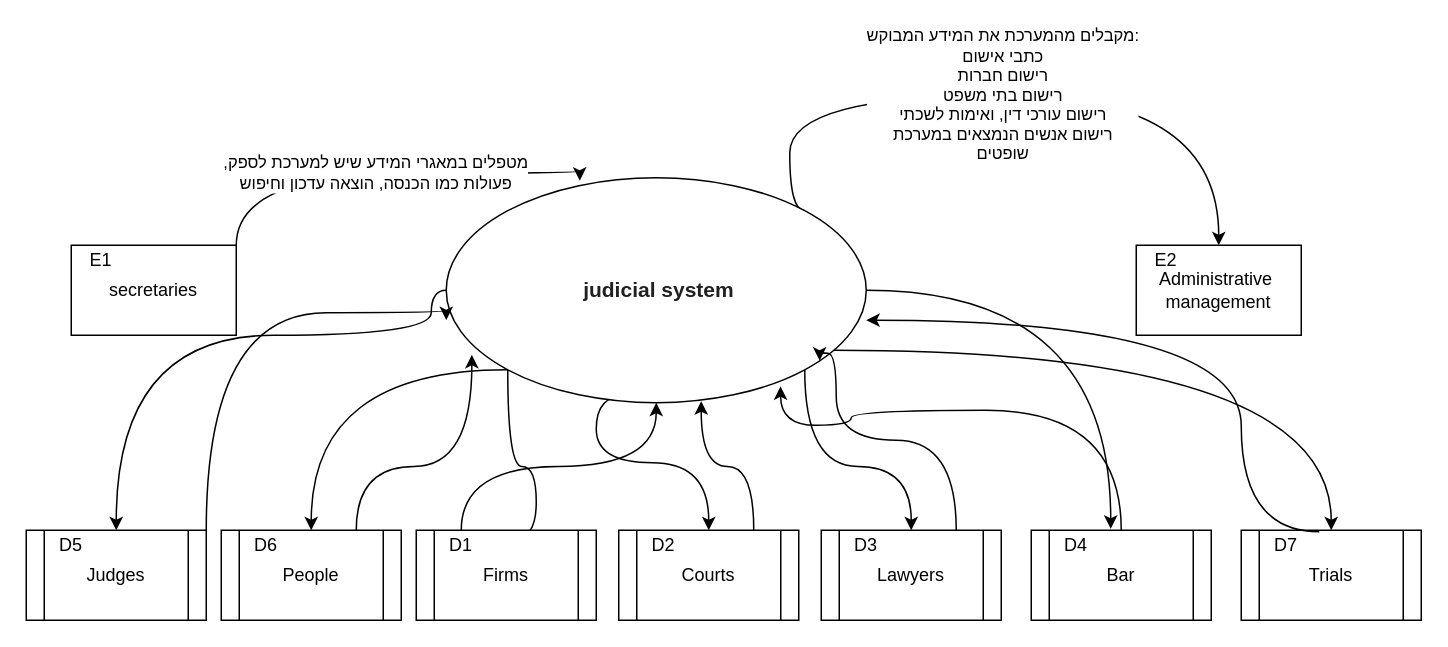
This is ContextualDFD.drawio from romhayh/law-and-order, a draw.io file, before an edit. Source tidied: cells renumbered, new cells numbered last; positions are measured from the earlier drawing's top-left corner, leaving out a move shared by most shapes. Both pictures are drawn from the tidied source at 150%, with x=0, y=0 at pixel (26, 94).
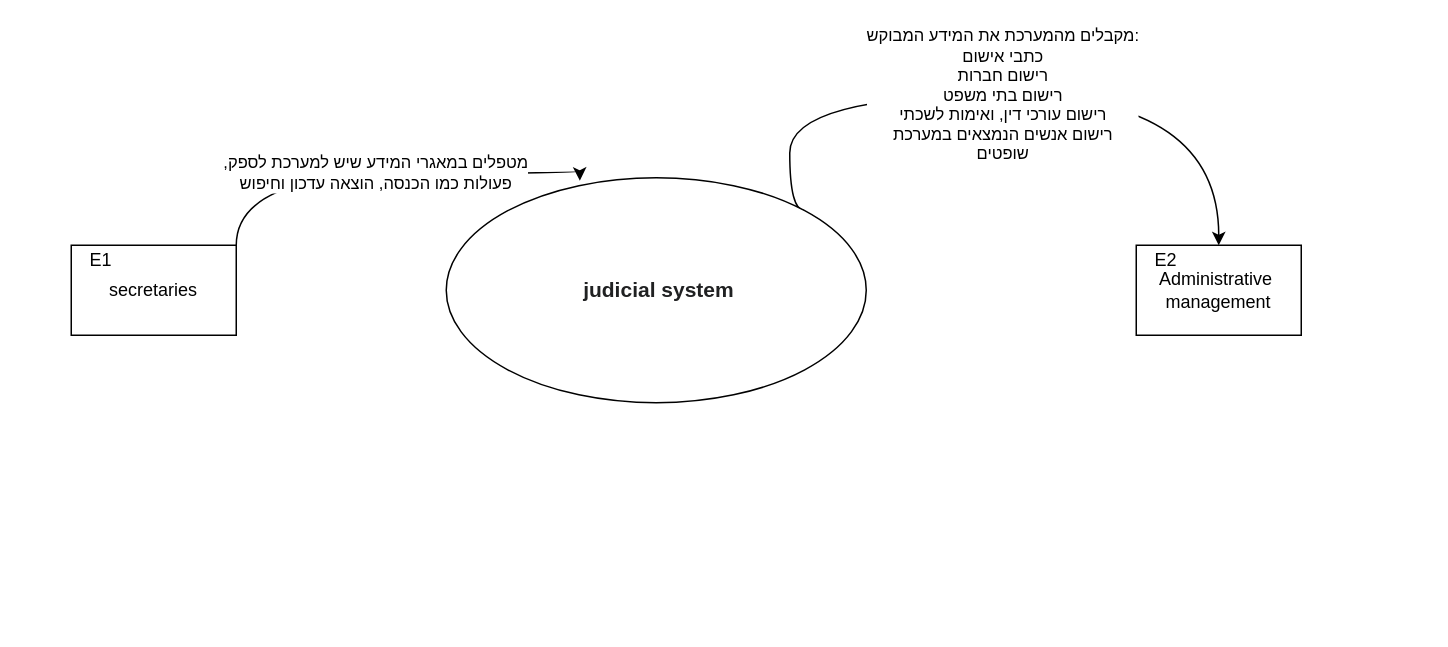
The same page after the edit.

The change refers to these unchanged cells:
```xml
<mxCell id="10" value="&#10;&#10;&lt;span style=&quot;color: rgb(32, 33, 34); font-family: sans-serif; font-size: 14px; font-style: normal; font-weight: 400; letter-spacing: normal; text-indent: 0px; text-transform: none; word-spacing: 0px; background-color: rgb(255, 255, 255); display: inline; float: none;&quot;&gt;&lt;span&gt;&amp;nbsp;&lt;/span&gt;&lt;/span&gt;&lt;b style=&quot;color: rgb(32, 33, 34); font-family: sans-serif; font-size: 14px; font-style: normal; letter-spacing: normal; text-indent: 0px; text-transform: none; word-spacing: 0px; background-color: rgb(255, 255, 255);&quot;&gt;judicial system&lt;/b&gt;&#10;&#10;" style="ellipse;whiteSpace=wrap;html=1;" parent="1" vertex="1">
  <mxGeometry x="280" y="55" width="280" height="150" as="geometry" />
</mxCell>
```

What changed in the source:
```diff
@@
-    <mxCell id="3" style="edgeStyle=orthogonalEdgeStyle;curved=1;rounded=0;jettySize=auto;html=1;exitX=0;exitY=0.5;exitDx=0;exitDy=0;entryX=0.5;entryY=0;entryDx=0;entryDy=0;" parent="1" edge="1" source="10" target="29">
-      <mxGeometry relative="1" as="geometry">
-        <Array as="points">
-          <mxPoint x="270" y="160" />
-          <mxPoint x="60" y="160" />
-        </Array>
-      </mxGeometry>
-    </mxCell>
-    <mxCell id="4" style="edgeStyle=orthogonalEdgeStyle;curved=1;rounded=0;jettySize=auto;html=1;exitX=0;exitY=1;exitDx=0;exitDy=0;entryX=1;entryY=0;entryDx=0;entryDy=0;" parent="1" edge="1" source="10" target="36">
-      <mxGeometry relative="1" as="geometry" />
-    </mxCell>
-    <mxCell id="5" style="edgeStyle=orthogonalEdgeStyle;curved=1;rounded=0;jettySize=auto;html=1;exitX=0;exitY=1;exitDx=0;exitDy=0;entryX=1;entryY=0.25;entryDx=0;entryDy=0;" parent="1" edge="1" source="10" target="18">
-      <mxGeometry relative="1" as="geometry" />
-    </mxCell>
-    <mxCell id="6" style="edgeStyle=orthogonalEdgeStyle;curved=1;rounded=0;jettySize=auto;html=1;exitX=0.5;exitY=1;exitDx=0;exitDy=0;entryX=1;entryY=0;entryDx=0;entryDy=0;" parent="1" edge="1" source="10" target="21">
-      <mxGeometry relative="1" as="geometry">
-        <Array as="points">
-          <mxPoint x="380" y="200" />
-          <mxPoint x="380" y="245" />
-          <mxPoint x="455" y="245" />
-        </Array>
-      </mxGeometry>
-    </mxCell>
-    <mxCell id="7" style="edgeStyle=orthogonalEdgeStyle;curved=1;rounded=0;jettySize=auto;html=1;exitX=1;exitY=1;exitDx=0;exitDy=0;entryX=1;entryY=0;entryDx=0;entryDy=0;" parent="1" edge="1" source="10" target="24">
-      <mxGeometry relative="1" as="geometry" />
-    </mxCell>
-    <mxCell id="8" style="edgeStyle=orthogonalEdgeStyle;curved=1;rounded=0;jettySize=auto;html=1;entryX=0.883;entryY=-0.05;entryDx=0;entryDy=0;entryPerimeter=0;" parent="1" edge="1" source="10" target="27">
-      <mxGeometry relative="1" as="geometry" />
-    </mxCell>
-    <mxCell id="9" style="edgeStyle=orthogonalEdgeStyle;curved=1;rounded=0;jettySize=auto;html=1;" parent="1" edge="1" source="10" target="31">
-      <mxGeometry relative="1" as="geometry">
-        <Array as="points">
-          <mxPoint x="870" y="170" />
-        </Array>
-      </mxGeometry>
-    </mxCell>
@@
-    <mxCell id="16" value="Firms" style="shape=process;whiteSpace=wrap;html=1;backgroundOutline=1;" parent="1" vertex="1">
-      <mxGeometry x="260" y="290" width="120" height="60" as="geometry" />
-    </mxCell>
-    <mxCell id="17" style="edgeStyle=orthogonalEdgeStyle;curved=1;rounded=0;jettySize=auto;html=1;" parent="1" edge="1" source="18" target="10">
-      <mxGeometry relative="1" as="geometry" />
-    </mxCell>
-    <mxCell id="18" value="D1" style="text;html=1;strokeColor=none;fillColor=none;align=center;verticalAlign=middle;whiteSpace=wrap;rounded=0;" parent="1" vertex="1">
-      <mxGeometry x="260" y="290" width="60" height="20" as="geometry" />
-    </mxCell>
-    <mxCell id="19" style="edgeStyle=orthogonalEdgeStyle;curved=1;rounded=0;jettySize=auto;html=1;exitX=0.75;exitY=0;exitDx=0;exitDy=0;entryX=0.607;entryY=0.993;entryDx=0;entryDy=0;entryPerimeter=0;" parent="1" edge="1" source="20" target="10">
-      <mxGeometry relative="1" as="geometry" />
-    </mxCell>
-    <mxCell id="20" value="Courts" style="shape=process;whiteSpace=wrap;html=1;backgroundOutline=1;" parent="1" vertex="1">
-      <mxGeometry x="395" y="290" width="120" height="60" as="geometry" />
-    </mxCell>
-    <mxCell id="21" value="D2" style="text;html=1;strokeColor=none;fillColor=none;align=center;verticalAlign=middle;whiteSpace=wrap;rounded=0;" parent="1" vertex="1">
-      <mxGeometry x="395" y="290" width="60" height="20" as="geometry" />
-    </mxCell>
-    <mxCell id="22" style="edgeStyle=orthogonalEdgeStyle;curved=1;rounded=0;jettySize=auto;html=1;exitX=0.75;exitY=0;exitDx=0;exitDy=0;entryX=0.889;entryY=0.813;entryDx=0;entryDy=0;entryPerimeter=0;" parent="1" edge="1" source="23" target="10">
-      <mxGeometry relative="1" as="geometry">
-        <Array as="points">
-          <mxPoint x="620" y="230" />
-          <mxPoint x="540" y="230" />
-          <mxPoint x="540" y="172" />
-        </Array>
-      </mxGeometry>
-    </mxCell>
-    <mxCell id="23" value="Lawyers" style="shape=process;whiteSpace=wrap;html=1;backgroundOutline=1;" parent="1" vertex="1">
-      <mxGeometry x="530" y="290" width="120" height="60" as="geometry" />
-    </mxCell>
-    <mxCell id="24" value="D3" style="text;html=1;strokeColor=none;fillColor=none;align=center;verticalAlign=middle;whiteSpace=wrap;rounded=0;" parent="1" vertex="1">
-      <mxGeometry x="530" y="290" width="60" height="20" as="geometry" />
-    </mxCell>
-    <mxCell id="25" style="edgeStyle=orthogonalEdgeStyle;curved=1;rounded=0;jettySize=auto;html=1;entryX=0.796;entryY=0.927;entryDx=0;entryDy=0;entryPerimeter=0;" parent="1" edge="1" source="26" target="10">
-      <mxGeometry relative="1" as="geometry">
-        <Array as="points">
-          <mxPoint x="730" y="210" />
-          <mxPoint x="550" y="210" />
-          <mxPoint x="550" y="220" />
-          <mxPoint x="503" y="220" />
-        </Array>
-      </mxGeometry>
-    </mxCell>
-    <mxCell id="26" value="Bar" style="shape=process;whiteSpace=wrap;html=1;backgroundOutline=1;" parent="1" vertex="1">
-      <mxGeometry x="670" y="290" width="120" height="60" as="geometry" />
-    </mxCell>
-    <mxCell id="27" value="D4" style="text;html=1;strokeColor=none;fillColor=none;align=center;verticalAlign=middle;whiteSpace=wrap;rounded=0;" parent="1" vertex="1">
-      <mxGeometry x="670" y="290" width="60" height="20" as="geometry" />
-    </mxCell>
-    <mxCell id="28" style="edgeStyle=orthogonalEdgeStyle;curved=1;rounded=0;jettySize=auto;html=1;entryX=0;entryY=0.633;entryDx=0;entryDy=0;entryPerimeter=0;" parent="1" edge="1" source="29" target="10">
-      <mxGeometry relative="1" as="geometry">
-        <Array as="points">
-          <mxPoint x="120" y="145" />
-        </Array>
-      </mxGeometry>
-    </mxCell>
-    <mxCell id="29" value="Judges" style="shape=process;whiteSpace=wrap;html=1;backgroundOutline=1;" parent="1" vertex="1">
-      <mxGeometry y="290" width="120" height="60" as="geometry" />
-    </mxCell>
-    <mxCell id="30" value="D5" style="text;html=1;strokeColor=none;fillColor=none;align=center;verticalAlign=middle;whiteSpace=wrap;rounded=0;" parent="1" vertex="1">
-      <mxGeometry y="290" width="60" height="20" as="geometry" />
-    </mxCell>
-    <mxCell id="31" value="Trials" style="shape=process;whiteSpace=wrap;html=1;backgroundOutline=1;" parent="1" vertex="1">
-      <mxGeometry x="810" y="290" width="120" height="60" as="geometry" />
-    </mxCell>
-    <mxCell id="32" style="edgeStyle=orthogonalEdgeStyle;curved=1;rounded=0;jettySize=auto;html=1;entryX=1;entryY=0.633;entryDx=0;entryDy=0;entryPerimeter=0;exitX=0.867;exitY=0.05;exitDx=0;exitDy=0;exitPerimeter=0;" parent="1" edge="1" source="33" target="10">
-      <mxGeometry relative="1" as="geometry">
-        <Array as="points">
-          <mxPoint x="810" y="291" />
-          <mxPoint x="810" y="150" />
-        </Array>
-      </mxGeometry>
-    </mxCell>
-    <mxCell id="33" value="D7" style="text;html=1;strokeColor=none;fillColor=none;align=center;verticalAlign=middle;whiteSpace=wrap;rounded=0;" parent="1" vertex="1">
-      <mxGeometry x="810" y="290" width="60" height="20" as="geometry" />
-    </mxCell>
-    <mxCell id="34" style="edgeStyle=orthogonalEdgeStyle;curved=1;rounded=0;jettySize=auto;html=1;exitX=0.75;exitY=0;exitDx=0;exitDy=0;entryX=0.061;entryY=0.787;entryDx=0;entryDy=0;entryPerimeter=0;" parent="1" edge="1" source="35" target="10">
-      <mxGeometry relative="1" as="geometry" />
-    </mxCell>
-    <mxCell id="35" value="People" style="shape=process;whiteSpace=wrap;html=1;backgroundOutline=1;" parent="1" vertex="1">
-      <mxGeometry x="130" y="290" width="120" height="60" as="geometry" />
-    </mxCell>
-    <mxCell id="36" value="D6" style="text;html=1;strokeColor=none;fillColor=none;align=center;verticalAlign=middle;whiteSpace=wrap;rounded=0;" parent="1" vertex="1">
-      <mxGeometry x="130" y="290" width="60" height="20" as="geometry" />
-    </mxCell>
```
